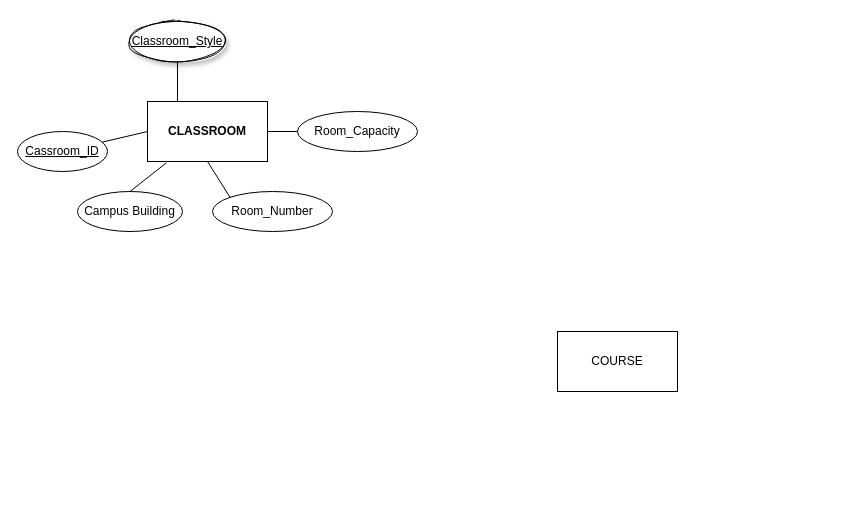
The draw.io diagram class_assesment.drawio in felipediaz/school, before the edit. Source tidied: cells renumbered, new cells numbered last; positions are measured from the earlier drawing's top-left corner, leaving out a move shared by most shapes. Both pictures are drawn from the tidied source at 100%, with x=0, y=0 at pixel (17, 21).
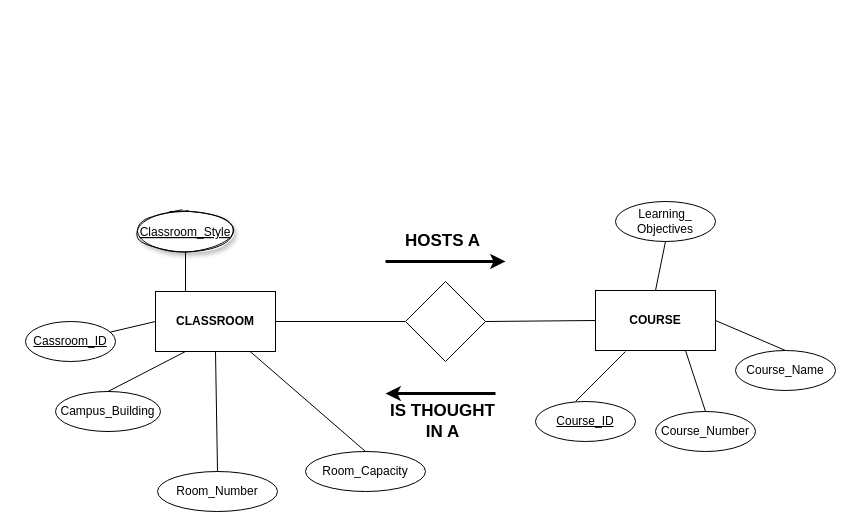
Above is the later version.

Change to the diagram source:
```diff
@@
     <mxCell id="2" value="CLASSROOM" style="rounded=0;whiteSpace=wrap;html=1;fontStyle=1;" parent="1" vertex="1">
-      <mxGeometry x="130" y="80" width="120" height="60" as="geometry" />
+      <mxGeometry x="138" y="270" width="120" height="60" as="geometry" />
     </mxCell>
-    <mxCell id="3" value="COURSE" style="rounded=0;whiteSpace=wrap;html=1;" parent="1" vertex="1">
-      <mxGeometry x="540" y="310" width="120" height="60" as="geometry" />
+    <mxCell id="3" value="COURSE" style="rounded=0;whiteSpace=wrap;html=1;fontStyle=1;" parent="1" vertex="1">
+      <mxGeometry x="578" y="269" width="120" height="60" as="geometry" />
     </mxCell>
     <mxCell id="4" value="&lt;u&gt;Cassroom_ID&lt;/u&gt;" style="ellipse;whiteSpace=wrap;html=1;" parent="1" vertex="1">
-      <mxGeometry y="110" width="90" height="40" as="geometry" />
+      <mxGeometry x="8" y="300" width="90" height="40" as="geometry" />
     </mxCell>
     <mxCell id="5" style="endArrow=none;html=1;" parent="1" edge="1" source="4">
       <mxGeometry relative="1" as="geometry">
-        <mxPoint x="130" y="110" as="targetPoint" />
+        <mxPoint x="138" y="300" as="targetPoint" />
       </mxGeometry>
     </mxCell>
-    <mxCell id="6" value="Campus Building" style="ellipse;whiteSpace=wrap;html=1;" parent="1" vertex="1">
-      <mxGeometry x="60" y="170" width="105" height="40" as="geometry" />
+    <mxCell id="6" value="Campus_Building" style="ellipse;whiteSpace=wrap;html=1;" parent="1" vertex="1">
+      <mxGeometry x="38" y="370" width="105" height="40" as="geometry" />
     </mxCell>
-    <mxCell id="7" style="endArrow=none;html=1;exitX=0.5;exitY=0;exitDx=0;exitDy=0;entryX=0.157;entryY=1.023;entryDx=0;entryDy=0;entryPerimeter=0;" parent="1" edge="1" source="6" target="2">
+    <mxCell id="7" style="endArrow=none;html=1;exitX=0.5;exitY=0;exitDx=0;exitDy=0;entryX=0.25;entryY=1;entryDx=0;entryDy=0;" parent="1" edge="1" source="6" target="2">
       <mxGeometry relative="1" as="geometry" />
     </mxCell>
     <mxCell id="8" value="Room_Number" style="ellipse;whiteSpace=wrap;html=1;" parent="1" vertex="1">
-      <mxGeometry x="195" y="170" width="120" height="40" as="geometry" />
+      <mxGeometry x="140" y="450" width="120" height="40" as="geometry" />
     </mxCell>
     <mxCell id="9" value="Room_Capacity" style="ellipse;whiteSpace=wrap;html=1;" parent="1" vertex="1">
-      <mxGeometry x="280" y="90" width="120" height="40" as="geometry" />
+      <mxGeometry x="288" y="430" width="120" height="40" as="geometry" />
     </mxCell>
-    <mxCell id="10" value="Classroom_Style" style="ellipse;whiteSpace=wrap;html=1;align=center;fontStyle=4;sketch=1;shadow=1;" parent="1" vertex="1">
-      <mxGeometry x="110" width="100" height="40" as="geometry" />
+    <mxCell id="10" value="Classroom_Style" style="ellipse;align=center;fontStyle=4;sketch=1;shadow=1;" parent="1" vertex="1">
+      <mxGeometry x="118" y="190" width="100" height="40" as="geometry" />
     </mxCell>
@@
-    <mxCell id="12" style="endArrow=none;html=1;entryX=0;entryY=0.5;entryDx=0;entryDy=0;exitX=1;exitY=0.5;exitDx=0;exitDy=0;" parent="1" edge="1" source="2" target="9">
+    <mxCell id="12" style="endArrow=none;html=1;entryX=0.5;entryY=0;entryDx=0;entryDy=0;" parent="1" edge="1" source="2" target="9">
       <mxGeometry relative="1" as="geometry" />
     </mxCell>
-    <mxCell id="13" style="endArrow=none;html=1;entryX=0;entryY=0;entryDx=0;entryDy=0;exitX=0.5;exitY=1;exitDx=0;exitDy=0;" parent="1" edge="1" source="2" target="8">
+    <mxCell id="13" style="endArrow=none;html=1;entryX=0.5;entryY=0;entryDx=0;entryDy=0;exitX=0.5;exitY=1;exitDx=0;exitDy=0;" parent="1" edge="1" source="2" target="8">
       <mxGeometry relative="1" as="geometry" />
     </mxCell>
+    <mxCell id="14" style="rhombus;whiteSpace=wrap;html=1;" parent="1" vertex="1">
+      <mxGeometry x="388" y="260" width="80" height="80" as="geometry" />
+    </mxCell>
+    <mxCell id="15" style="endArrow=none;html=1;entryX=0;entryY=0.5;entryDx=0;entryDy=0;exitX=1;exitY=0.5;exitDx=0;exitDy=0;" parent="1" edge="1" source="2" target="14">
+      <mxGeometry relative="1" as="geometry" />
+    </mxCell>
+    <mxCell id="16" style="endArrow=none;html=1;entryX=0;entryY=0.5;entryDx=0;entryDy=0;exitX=1;exitY=0.5;exitDx=0;exitDy=0;" parent="1" edge="1" source="14" target="3">
+      <mxGeometry relative="1" as="geometry" />
+    </mxCell>
+    <mxCell id="17" style="endArrow=classic;html=1;strokeWidth=3;" parent="1" edge="1">
+      <mxGeometry relative="1" as="geometry">
+        <mxPoint x="368" y="240" as="sourcePoint" />
+        <mxPoint x="488" y="240" as="targetPoint" />
+      </mxGeometry>
+    </mxCell>
+    <mxCell id="18" value="HOSTS A" style="text;html=1;strokeColor=none;fillColor=none;align=center;verticalAlign=middle;whiteSpace=wrap;rounded=0;fontStyle=1;fontSize=17;" parent="1" vertex="1">
+      <mxGeometry x="383" y="210" width="85" height="20" as="geometry" />
+    </mxCell>
+    <mxCell id="19" style="endArrow=classic;html=1;strokeWidth=3;" parent="1" edge="1">
+      <mxGeometry relative="1" as="geometry">
+        <mxPoint x="478" y="372" as="sourcePoint" />
+        <mxPoint x="368" y="372" as="targetPoint" />
+      </mxGeometry>
+    </mxCell>
+    <mxCell id="20" value="IS THOUGHT &lt;br&gt;IN A" style="text;html=1;strokeColor=none;fillColor=none;align=center;verticalAlign=middle;whiteSpace=wrap;rounded=0;fontStyle=1;fontSize=17;" parent="1" vertex="1">
+      <mxGeometry x="353" y="390" width="145" height="20" as="geometry" />
+    </mxCell>
+    <mxCell id="21" value="Course_Number" style="ellipse;whiteSpace=wrap;html=1;align=center;fontSize=12;" parent="1" vertex="1">
+      <mxGeometry x="638" y="390" width="100" height="40" as="geometry" />
+    </mxCell>
+    <mxCell id="22" value="Course_ID" style="ellipse;whiteSpace=wrap;html=1;align=center;fontStyle=4;fontSize=12;" parent="1" vertex="1">
+      <mxGeometry x="518" y="380" width="100" height="40" as="geometry" />
+    </mxCell>
+    <mxCell id="23" style="endArrow=none;html=1;strokeWidth=1;fontSize=9;" parent="1" edge="1">
+      <mxGeometry relative="1" as="geometry">
+        <mxPoint x="558" y="380" as="sourcePoint" />
+        <mxPoint x="608" y="330" as="targetPoint" />
+      </mxGeometry>
+    </mxCell>
+    <mxCell id="24" value="Course_Name" style="ellipse;whiteSpace=wrap;html=1;align=center;fontSize=12;" parent="1" vertex="1">
+      <mxGeometry x="718" y="329" width="100" height="40" as="geometry" />
+    </mxCell>
+    <mxCell id="25" style="endArrow=none;html=1;strokeWidth=1;fontSize=12;entryX=0.5;entryY=0;entryDx=0;entryDy=0;exitX=1;exitY=0.5;exitDx=0;exitDy=0;" parent="1" edge="1" source="3" target="24">
+      <mxGeometry relative="1" as="geometry" />
+    </mxCell>
+    <mxCell id="26" value="&lt;div&gt;Learning_&lt;/div&gt;&lt;div&gt;Objectives&lt;/div&gt;" style="ellipse;whiteSpace=wrap;html=1;align=center;fontSize=12;shadow=0;sketch=0;" parent="1" vertex="1">
+      <mxGeometry x="598" y="180" width="100" height="40" as="geometry" />
+    </mxCell>
+    <mxCell id="27" style="endArrow=none;html=1;strokeWidth=1;fontSize=12;entryX=0.5;entryY=1;entryDx=0;entryDy=0;exitX=0.5;exitY=0;exitDx=0;exitDy=0;" parent="1" edge="1" source="3" target="26">
+      <mxGeometry relative="1" as="geometry" />
+    </mxCell>
+    <mxCell id="28" style="endArrow=none;html=1;strokeWidth=1;fontSize=12;exitX=0.5;exitY=0;exitDx=0;exitDy=0;entryX=0.75;entryY=1;entryDx=0;entryDy=0;" parent="1" edge="1" source="21" target="3">
+      <mxGeometry relative="1" as="geometry" />
+    </mxCell>
```
